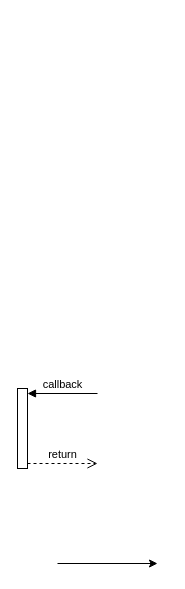
Earlier version of the draw.io diagram 未命名绘图.drawio (haozhi-ly/test). Source tidied: cells renumbered, new cells numbered last; positions are measured from the earlier drawing's top-left corner, leaving out a move shared by most shapes. Both pictures are drawn from the tidied source at 100%, with x=0, y=0 at pixel (17, 388).
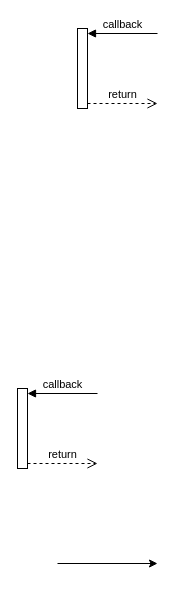
Above is the later version.

Commit message:
更新未命名绘图.drawio

Change to the diagram source:
```diff
@@
 <mxGraphModel>
   <root>
     <mxCell id="0" />
     <mxCell id="1" parent="0" />
     <mxCell id="2" style="edgeStyle=orthogonalEdgeStyle;rounded=0;orthogonalLoop=1;jettySize=auto;html=1;entryX=0;entryY=0.5;entryDx=0;entryDy=0;" parent="1" edge="1">
       <mxGeometry relative="1" as="geometry">
         <mxPoint x="40" y="175" as="sourcePoint" />
         <mxPoint x="140" y="175" as="targetPoint" />
       </mxGeometry>
     </mxCell>
     <mxCell id="3" style="html=1;points=[[0,0,0,0,5],[0,1,0,0,-5],[1,0,0,0,5],[1,1,0,0,-5]];perimeter=orthogonalPerimeter;outlineConnect=0;targetShapes=umlLifeline;portConstraint=eastwest;newEdgeStyle={&quot;curved&quot;:0,&quot;rounded&quot;:0};" parent="1" vertex="1">
       <mxGeometry width="10" height="80" as="geometry" />
     </mxCell>
     <mxCell id="4" value="callback" style="html=1;verticalAlign=bottom;endArrow=block;curved=0;rounded=0;entryX=1;entryY=0;entryDx=0;entryDy=5;" parent="1" edge="1" target="3">
       <mxGeometry relative="1" as="geometry">
         <mxPoint x="80" y="5" as="sourcePoint" />
       </mxGeometry>
     </mxCell>
     <mxCell id="5" value="return" style="html=1;verticalAlign=bottom;endArrow=open;dashed=1;endSize=8;curved=0;rounded=0;exitX=1;exitY=1;exitDx=0;exitDy=-5;" parent="1" edge="1" source="3">
       <mxGeometry relative="1" as="geometry">
         <mxPoint x="80" y="75" as="targetPoint" />
       </mxGeometry>
     </mxCell>
+    <mxCell id="6" style="html=1;points=[[0,0,0,0,5],[0,1,0,0,-5],[1,0,0,0,5],[1,1,0,0,-5]];perimeter=orthogonalPerimeter;outlineConnect=0;targetShapes=umlLifeline;portConstraint=eastwest;newEdgeStyle={&quot;curved&quot;:0,&quot;rounded&quot;:0};" parent="1" vertex="1">
+      <mxGeometry x="60" y="-360" width="10" height="80" as="geometry" />
+    </mxCell>
+    <mxCell id="7" value="callback" style="html=1;verticalAlign=bottom;endArrow=block;curved=0;rounded=0;entryX=1;entryY=0;entryDx=0;entryDy=5;" parent="1" edge="1" target="6">
+      <mxGeometry relative="1" as="geometry">
+        <mxPoint x="140" y="-355" as="sourcePoint" />
+      </mxGeometry>
+    </mxCell>
+    <mxCell id="8" value="return" style="html=1;verticalAlign=bottom;endArrow=open;dashed=1;endSize=8;curved=0;rounded=0;exitX=1;exitY=1;exitDx=0;exitDy=-5;" parent="1" edge="1" source="6">
+      <mxGeometry relative="1" as="geometry">
+        <mxPoint x="140" y="-285" as="targetPoint" />
+      </mxGeometry>
+    </mxCell>
   </root>
 </mxGraphModel>
```
